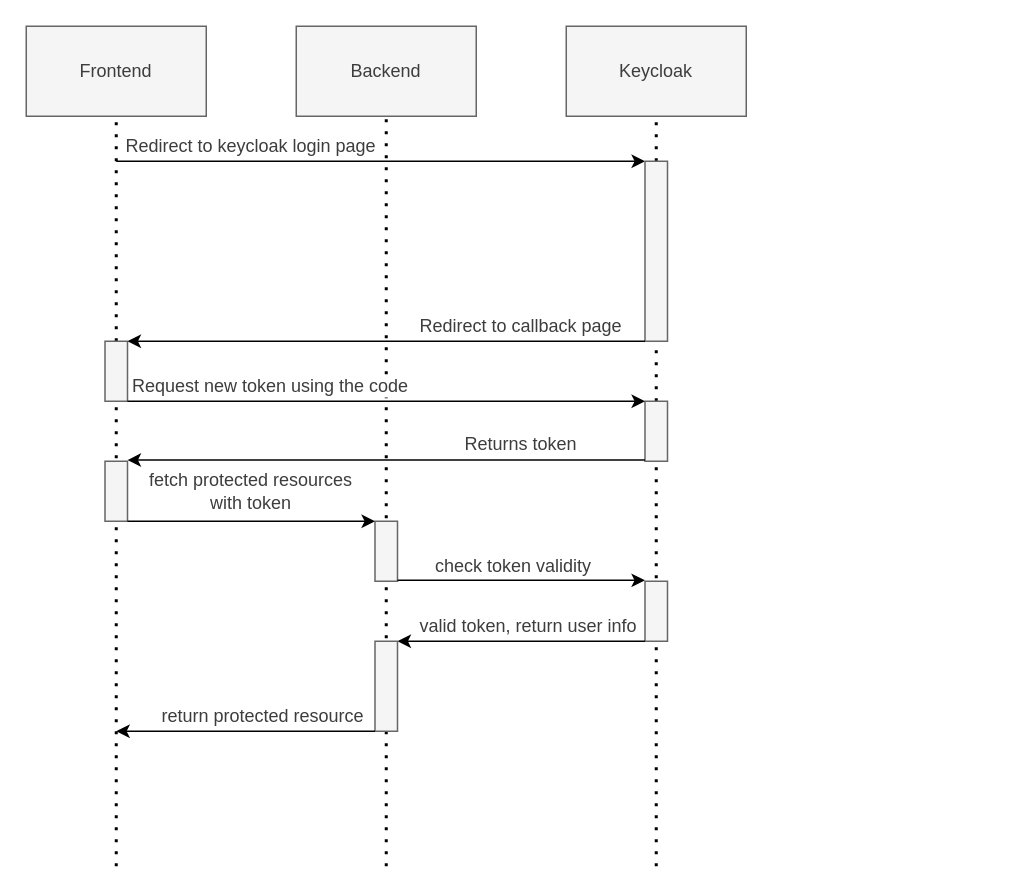
Before: sketches/Q2-identification/google-login.drawio in nponsard/rapport-polycode-s7, a draw.io diagram. Source tidied: cells renumbered, new cells numbered last; positions are measured from the earlier drawing's top-left corner, leaving out a move shared by most shapes. Both pictures are drawn from the tidied source at 150%, with x=0, y=0 at pixel (26, 26).
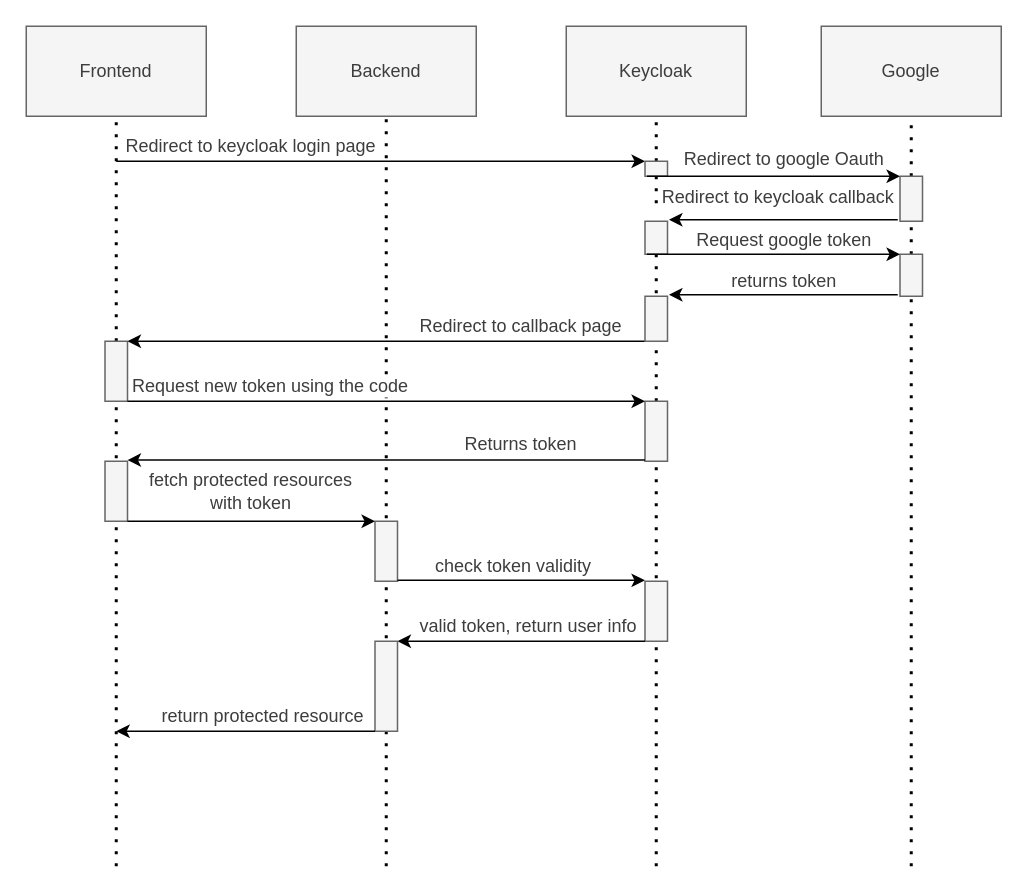
Above is the later version.

Commit message (it also covers changes not shown here):
fix: detail google oidc

The change refers to these unchanged cells:
```xml
<mxCell id="7" value="&lt;font color=&quot;#3d3d3d&quot;&gt;Keycloak&lt;br&gt;&lt;/font&gt;" style="rounded=0;whiteSpace=wrap;html=1;fillColor=#f5f5f5;strokeColor=#666666;fontColor=#333333;" parent="1" vertex="1">
  <mxGeometry x="360" width="120" height="60" as="geometry" />
</mxCell>
<mxCell id="12" style="rounded=0;whiteSpace=wrap;html=1;labelBackgroundColor=#FFFFFF;fontColor=#333333;fillColor=#f5f5f5;strokeColor=#666666;" parent="1" vertex="1">
  <mxGeometry x="52.5" y="210" width="15" height="40" as="geometry" />
</mxCell>
<mxCell id="16" style="rounded=0;whiteSpace=wrap;html=1;labelBackgroundColor=#FFFFFF;fontColor=#333333;fillColor=#f5f5f5;strokeColor=#666666;" parent="1" vertex="1">
  <mxGeometry x="412.5" y="250" width="15" height="40" as="geometry" />
</mxCell>
```

What changed in the source:
```diff
@@
-    <mxCell id="6" style="endArrow=none;dashed=1;html=1;dashPattern=1 3;strokeWidth=2;rounded=0;strokeColor=#000000;startArrow=none;" parent="1" edge="1" source="9" target="7">
-      <mxGeometry relative="1" as="geometry" />
+    <mxCell id="6" style="endArrow=none;dashed=1;html=1;dashPattern=1 3;strokeWidth=2;rounded=0;strokeColor=#000000;startArrow=none;" parent="1" edge="1" target="7">
+      <mxGeometry relative="1" as="geometry">
+        <mxPoint x="420" y="90" as="sourcePoint" />
+      </mxGeometry>
     </mxCell>
@@
-    <mxCell id="8" style="endArrow=classic;html=1;fontColor=#3D3D3D;strokeColor=#000000;entryX=0;entryY=0;entryDx=0;entryDy=0;" parent="1" edge="1" target="9">
+    <mxCell id="8" style="endArrow=classic;html=1;fontColor=#3D3D3D;strokeColor=#000000;entryX=0;entryY=0;entryDx=0;entryDy=0;" parent="1" edge="1">
       <mxGeometry relative="1" as="geometry">
         <mxPoint x="60" y="90" as="sourcePoint" />
+        <mxPoint x="412.5" y="90" as="targetPoint" />
       </mxGeometry>
     </mxCell>
-    <mxCell id="9" style="rounded=0;whiteSpace=wrap;html=1;labelBackgroundColor=#FFFFFF;fontColor=#333333;fillColor=#f5f5f5;strokeColor=#666666;" parent="1" vertex="1">
-      <mxGeometry x="412.5" y="90" width="15" height="120" as="geometry" />
-    </mxCell>
-    <mxCell id="10" style="endArrow=none;dashed=1;html=1;dashPattern=1 3;strokeWidth=2;rounded=0;strokeColor=#000000;startArrow=none;" parent="1" edge="1" source="16" target="9">
-      <mxGeometry relative="1" as="geometry" />
+    <mxCell id="10" style="endArrow=none;dashed=1;html=1;dashPattern=1 3;strokeWidth=2;rounded=0;strokeColor=#000000;startArrow=none;" parent="1" edge="1" source="16">
+      <mxGeometry relative="1" as="geometry">
+        <mxPoint x="420" y="210" as="targetPoint" />
+      </mxGeometry>
     </mxCell>
@@
-    <mxCell id="14" style="endArrow=classic;html=1;fontColor=#3D3D3D;strokeColor=#000000;exitX=0;exitY=1;exitDx=0;exitDy=0;entryX=1;entryY=0;entryDx=0;entryDy=0;" parent="1" edge="1" source="9" target="12">
-      <mxGeometry relative="1" as="geometry" />
+    <mxCell id="14" style="endArrow=classic;html=1;fontColor=#3D3D3D;strokeColor=#000000;exitX=0;exitY=1;exitDx=0;exitDy=0;entryX=1;entryY=0;entryDx=0;entryDy=0;" parent="1" edge="1" target="12">
+      <mxGeometry relative="1" as="geometry">
+        <mxPoint x="412.5" y="210" as="sourcePoint" />
+      </mxGeometry>
     </mxCell>
@@
+    <mxCell id="34" value="&lt;font color=&quot;#3d3d3d&quot;&gt;Google&lt;br&gt;&lt;/font&gt;" style="rounded=0;whiteSpace=wrap;html=1;fillColor=#f5f5f5;strokeColor=#666666;fontColor=#333333;" parent="1" vertex="1">
+      <mxGeometry x="530" width="120" height="60" as="geometry" />
+    </mxCell>
+    <mxCell id="35" style="endArrow=none;dashed=1;html=1;dashPattern=1 3;strokeWidth=2;rounded=0;strokeColor=#000000;entryX=0.5;entryY=1;entryDx=0;entryDy=0;startArrow=none;" parent="1" edge="1" source="36" target="34">
+      <mxGeometry relative="1" as="geometry" />
+    </mxCell>
+    <mxCell id="36" style="rounded=0;whiteSpace=wrap;html=1;labelBackgroundColor=#FFFFFF;fontColor=#333333;fillColor=#f5f5f5;strokeColor=#666666;" parent="1" vertex="1">
+      <mxGeometry x="582.5" y="100" width="15" height="30" as="geometry" />
+    </mxCell>
+    <mxCell id="37" style="endArrow=none;dashed=1;html=1;dashPattern=1 3;strokeWidth=2;rounded=0;strokeColor=#000000;entryX=0.5;entryY=1;entryDx=0;entryDy=0;" parent="1" edge="1" target="36">
+      <mxGeometry relative="1" as="geometry">
+        <mxPoint x="590" y="560" as="sourcePoint" />
+      </mxGeometry>
+    </mxCell>
+    <mxCell id="38" style="rounded=0;whiteSpace=wrap;html=1;labelBackgroundColor=#FFFFFF;fontColor=#333333;fillColor=#f5f5f5;strokeColor=#666666;" parent="1" vertex="1">
+      <mxGeometry x="412.5" y="90" width="15" height="10" as="geometry" />
+    </mxCell>
+    <mxCell id="39" style="endArrow=none;dashed=1;html=1;dashPattern=1 3;strokeWidth=2;rounded=0;strokeColor=#000000;startArrow=none;exitX=0.5;exitY=1;exitDx=0;exitDy=0;" parent="1" edge="1" source="38">
+      <mxGeometry relative="1" as="geometry">
+        <mxPoint x="420" y="121" as="targetPoint" />
+      </mxGeometry>
+    </mxCell>
+    <mxCell id="40" style="endArrow=classic;html=1;fontColor=#3D3D3D;strokeColor=#000000;entryX=0;entryY=0;entryDx=0;entryDy=0;" parent="1" edge="1">
+      <mxGeometry relative="1" as="geometry">
+        <mxPoint x="413.8" y="100" as="sourcePoint" />
+        <mxPoint x="582.5" y="100" as="targetPoint" />
+      </mxGeometry>
+    </mxCell>
+    <mxCell id="41" value="Redirect to google Oauth" style="text;html=1;strokeColor=none;fillColor=none;align=center;verticalAlign=middle;whiteSpace=wrap;rounded=0;labelBackgroundColor=#FFFFFF;fontColor=#3D3D3D;" parent="1" vertex="1">
+      <mxGeometry x="423.5" y="79" width="162.5" height="20" as="geometry" />
+    </mxCell>
+    <mxCell id="42" style="endArrow=classic;html=1;fontColor=#3D3D3D;strokeColor=#000000;entryX=1;entryY=0;entryDx=0;entryDy=0;" parent="1" edge="1">
+      <mxGeometry relative="1" as="geometry">
+        <mxPoint x="581" y="129" as="sourcePoint" />
+        <mxPoint x="428.5" y="129" as="targetPoint" />
+      </mxGeometry>
+    </mxCell>
+    <mxCell id="43" value="Redirect to keycloak callback" style="text;html=1;strokeColor=none;fillColor=none;align=center;verticalAlign=middle;whiteSpace=wrap;rounded=0;labelBackgroundColor=#FFFFFF;fontColor=#3D3D3D;" parent="1" vertex="1">
+      <mxGeometry x="420" y="104" width="162.5" height="20" as="geometry" />
+    </mxCell>
+    <mxCell id="44" style="rounded=0;whiteSpace=wrap;html=1;labelBackgroundColor=#FFFFFF;fontColor=#333333;fillColor=#f5f5f5;strokeColor=#666666;" parent="1" vertex="1">
+      <mxGeometry x="412.5" y="180" width="15" height="30" as="geometry" />
+    </mxCell>
+    <mxCell id="45" style="rounded=0;whiteSpace=wrap;html=1;labelBackgroundColor=#FFFFFF;fontColor=#333333;fillColor=#f5f5f5;strokeColor=#666666;" parent="1" vertex="1">
+      <mxGeometry x="582.5" y="152" width="15" height="28" as="geometry" />
+    </mxCell>
+    <mxCell id="46" style="rounded=0;whiteSpace=wrap;html=1;labelBackgroundColor=#FFFFFF;fontColor=#333333;fillColor=#f5f5f5;strokeColor=#666666;" parent="1" vertex="1">
+      <mxGeometry x="412.5" y="130" width="15" height="22" as="geometry" />
+    </mxCell>
+    <mxCell id="47" style="endArrow=none;dashed=1;html=1;dashPattern=1 3;strokeWidth=2;rounded=0;strokeColor=#000000;startArrow=none;exitX=0.5;exitY=1;exitDx=0;exitDy=0;" parent="1" edge="1" source="46" target="44">
+      <mxGeometry relative="1" as="geometry" />
+    </mxCell>
+    <mxCell id="48" style="endArrow=classic;html=1;fontColor=#3D3D3D;strokeColor=#000000;entryX=0;entryY=0;entryDx=0;entryDy=0;" parent="1" edge="1">
+      <mxGeometry relative="1" as="geometry">
+        <mxPoint x="413.8" y="152" as="sourcePoint" />
+        <mxPoint x="582.5" y="152" as="targetPoint" />
+      </mxGeometry>
+    </mxCell>
+    <mxCell id="49" value="Request google token" style="text;html=1;strokeColor=none;fillColor=none;align=center;verticalAlign=middle;whiteSpace=wrap;rounded=0;labelBackgroundColor=#FFFFFF;fontColor=#3D3D3D;" parent="1" vertex="1">
+      <mxGeometry x="423.5" y="133" width="162.5" height="20" as="geometry" />
+    </mxCell>
+    <mxCell id="50" style="endArrow=classic;html=1;fontColor=#3D3D3D;strokeColor=#000000;entryX=1;entryY=0;entryDx=0;entryDy=0;" parent="1" edge="1">
+      <mxGeometry relative="1" as="geometry">
+        <mxPoint x="581" y="179" as="sourcePoint" />
+        <mxPoint x="428.5" y="179" as="targetPoint" />
+      </mxGeometry>
+    </mxCell>
+    <mxCell id="51" value="returns token" style="text;html=1;strokeColor=none;fillColor=none;align=center;verticalAlign=middle;whiteSpace=wrap;rounded=0;labelBackgroundColor=#FFFFFF;fontColor=#3D3D3D;" parent="1" vertex="1">
+      <mxGeometry x="438.5" y="160" width="132.5" height="20" as="geometry" />
+    </mxCell>
```
